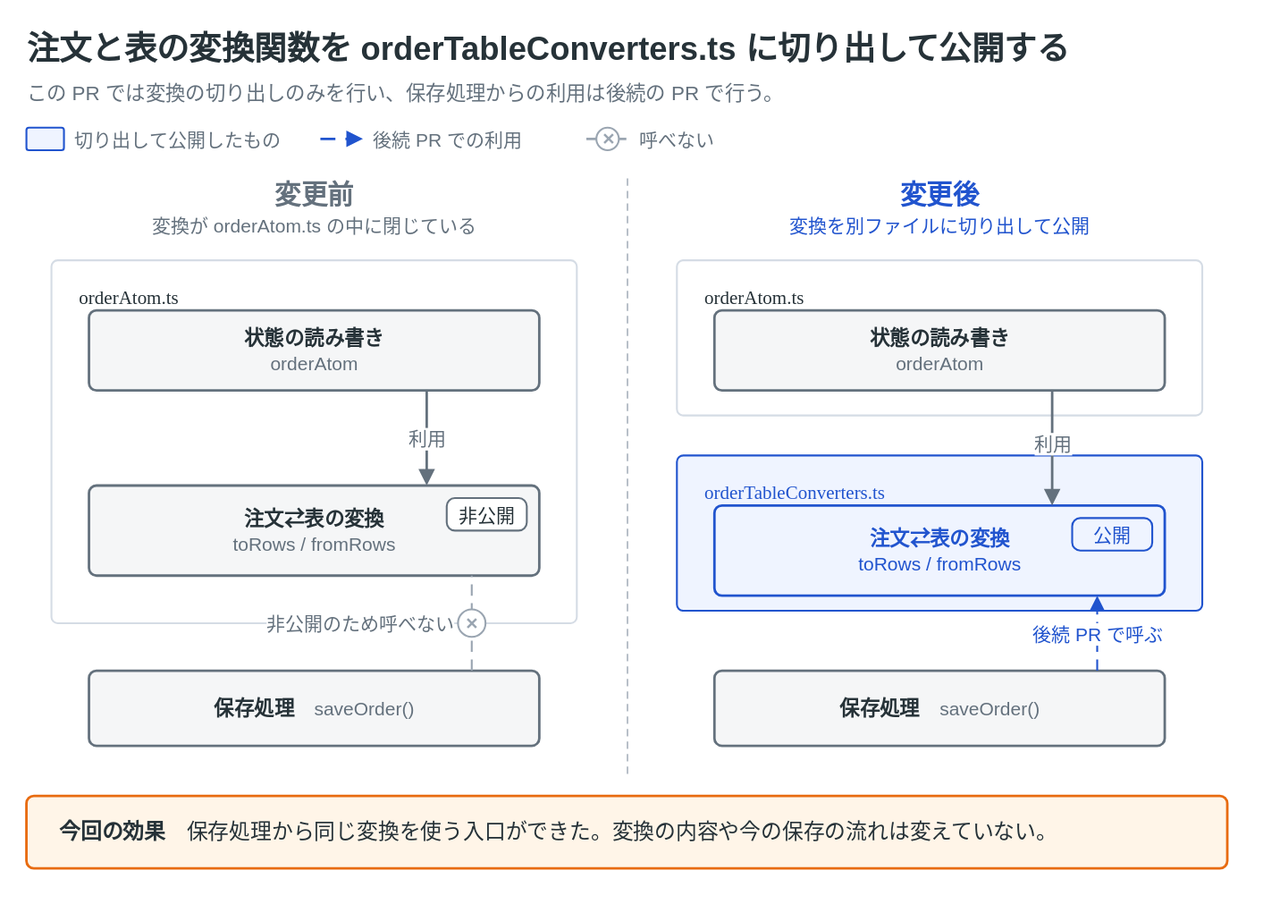
Earlier version of the draw.io export skills/explanatory-diagrams/templates/refactor-extract-module/refactor-extract-module.drawio.svg (nntto/explanatory-diagrams). Source tidied: cells renumbered, new cells last; positions are measured from the earlier drawing's top-left corner, leaving out a move shared by most shapes. The source it was exported from:
```xml
<mxGraphModel background="#ffffff">
  <root>
    <mxCell id="0" />
    <mxCell id="1" parent="0" />
    <mxCell id="2" value="注文と表の変換関数を orderTableConverters.ts に切り出して公開する" style="text;html=1;whiteSpace=wrap;fontFamily=Helvetica;fontSize=26;fontColor=#263238;align=left;verticalAlign=middle;spacing=0;fontStyle=1;" parent="1" vertex="1">
      <mxGeometry width="960" height="38" as="geometry" />
    </mxCell>
    <mxCell id="3" value="この PR では変換の切り出しのみを行い、保存処理からの利用は後続の PR で行う。" style="text;html=1;whiteSpace=wrap;fontFamily=Helvetica;fontSize=16;fontColor=#64717d;align=left;verticalAlign=middle;spacing=0;" parent="1" vertex="1">
      <mxGeometry y="42" width="960" height="24" as="geometry" />
    </mxCell>
    <mxCell id="4" style="rounded=1;absoluteArcSize=1;arcSize=4;whiteSpace=wrap;html=1;fillColor=#eff4ff;strokeColor=#2154ce;strokeWidth=1.5;fontColor=#2154ce;fontFamily=Helvetica;fontSize=17;align=center;verticalAlign=middle;spacing=10;" parent="1" vertex="1">
      <mxGeometry y="82" width="30" height="18" as="geometry" />
    </mxCell>
    <mxCell id="5" value="切り出して公開したもの" style="text;html=1;whiteSpace=wrap;fontFamily=Helvetica;fontSize=15;fontColor=#64717d;align=left;verticalAlign=middle;spacing=0;" parent="1" vertex="1">
      <mxGeometry x="38" y="80" width="169" height="22" as="geometry" />
    </mxCell>
    <mxCell id="6" style="edgeStyle=none;rounded=1;html=1;strokeColor=#2154ce;strokeWidth=2;endArrow=block;endFill=1;startArrow=none;startFill=1;endSize=8;fontFamily=Helvetica;fontSize=15;fontColor=#2154ce;labelBackgroundColor=#ffffff;dashed=1;dashPattern=6 4;" parent="1" edge="1">
      <mxGeometry relative="1" as="geometry">
        <mxPoint x="235" y="91" as="sourcePoint" />
        <mxPoint x="269" y="91" as="targetPoint" />
      </mxGeometry>
    </mxCell>
    <mxCell id="7" value="後続 PR での利用" style="text;html=1;whiteSpace=wrap;fontFamily=Helvetica;fontSize=15;fontColor=#64717d;align=left;verticalAlign=middle;spacing=0;" parent="1" vertex="1">
      <mxGeometry x="277" y="80" width="142.6" height="22" as="geometry" />
    </mxCell>
    <mxCell id="8" style="edgeStyle=none;rounded=1;html=1;strokeColor=#9aa5b1;strokeWidth=2;endArrow=none;endFill=1;startArrow=none;startFill=1;endSize=8;fontFamily=Helvetica;fontSize=15;fontColor=#9aa5b1;labelBackgroundColor=#ffffff;dashed=1;dashPattern=6 4;" parent="1" edge="1">
      <mxGeometry relative="1" as="geometry">
        <mxPoint x="447.6" y="91" as="sourcePoint" />
        <mxPoint x="481.6" y="91" as="targetPoint" />
      </mxGeometry>
    </mxCell>
    <mxCell id="9" value="✕" style="ellipse;whiteSpace=wrap;html=1;fillColor=#ffffff;strokeColor=#9aa5b1;strokeWidth=1.5;fontColor=#9aa5b1;fontStyle=1;fontFamily=Helvetica;fontSize=13;spacing=0;" parent="1" vertex="1">
      <mxGeometry x="455.6" y="82" width="18" height="18" as="geometry" />
    </mxCell>
    <mxCell id="10" value="呼べない" style="text;html=1;whiteSpace=wrap;fontFamily=Helvetica;fontSize=15;fontColor=#64717d;align=left;verticalAlign=middle;spacing=0;" parent="1" vertex="1">
      <mxGeometry x="489.6" y="80" width="64" height="22" as="geometry" />
    </mxCell>
    <mxCell id="11" value="変更前" style="text;html=1;whiteSpace=wrap;fontFamily=Helvetica;fontSize=21;fontColor=#64717d;align=center;verticalAlign=middle;spacing=0;fontStyle=1;" parent="1" vertex="1">
      <mxGeometry y="120" width="460" height="30" as="geometry" />
    </mxCell>
    <mxCell id="12" value="変換が orderAtom.ts の中に閉じている" style="text;html=1;whiteSpace=wrap;fontFamily=Helvetica;fontSize=15;fontColor=#64717d;align=center;verticalAlign=middle;spacing=0;" parent="1" vertex="1">
      <mxGeometry y="148" width="460" height="24" as="geometry" />
    </mxCell>
    <mxCell id="13" value="変更後" style="text;html=1;whiteSpace=wrap;fontFamily=Helvetica;fontSize=21;fontColor=#2154ce;align=center;verticalAlign=middle;spacing=0;fontStyle=1;" parent="1" vertex="1">
      <mxGeometry x="500" y="120" width="460" height="30" as="geometry" />
    </mxCell>
    <mxCell id="14" value="変換を別ファイルに切り出して公開" style="text;html=1;whiteSpace=wrap;fontFamily=Helvetica;fontSize=15;fontColor=#2154ce;align=center;verticalAlign=middle;spacing=0;" parent="1" vertex="1">
      <mxGeometry x="500" y="148" width="460" height="24" as="geometry" />
    </mxCell>
    <mxCell id="15" style="edgeStyle=none;rounded=1;html=1;strokeColor=#9aa5b1;strokeWidth=1;endArrow=none;endFill=1;startArrow=none;startFill=1;endSize=8;fontFamily=Helvetica;fontSize=15;fontColor=#9aa5b1;labelBackgroundColor=#ffffff;dashed=1;dashPattern=6 4;" parent="1" edge="1">
      <mxGeometry relative="1" as="geometry">
        <mxPoint x="480" y="122" as="sourcePoint" />
        <mxPoint x="480" y="602" as="targetPoint" />
      </mxGeometry>
    </mxCell>
    <mxCell id="16" value="orderAtom.ts" style="rounded=1;absoluteArcSize=1;arcSize=10;whiteSpace=wrap;html=1;fillColor=#ffffff;strokeColor=#D5DCE5;strokeWidth=1.5;fontColor=#263238;fontFamily=Helvetica;fontSize=15;align=left;verticalAlign=top;spacing=10;fontFamily=Menlo;spacingLeft=12;spacingTop=6;" parent="1" vertex="1">
      <mxGeometry x="20" y="188" width="420" height="290" as="geometry" />
    </mxCell>
    <mxCell id="17" value="&lt;b&gt;状態の読み書き&lt;/b&gt;&lt;br&gt;&lt;span style=&quot;font-size:15px;color:#64717d;&quot;&gt;orderAtom&lt;/span&gt;" style="rounded=1;absoluteArcSize=1;arcSize=12;whiteSpace=wrap;html=1;fillColor=#f5f6f7;strokeColor=#64717d;strokeWidth=2;fontColor=#263238;fontFamily=Helvetica;fontSize=16;align=center;verticalAlign=middle;spacing=10;" parent="1" vertex="1">
      <mxGeometry x="50" y="228" width="360" height="64" as="geometry" />
    </mxCell>
    <mxCell id="18" value="&lt;b&gt;注文⇄表の変換&lt;/b&gt;&lt;br&gt;&lt;span style=&quot;font-size:15px;color:#64717d;&quot;&gt;toRows / fromRows&lt;/span&gt;" style="rounded=1;absoluteArcSize=1;arcSize=12;whiteSpace=wrap;html=1;fillColor=#f5f6f7;strokeColor=#64717d;strokeWidth=2;fontColor=#263238;fontFamily=Helvetica;fontSize=16;align=center;verticalAlign=middle;spacing=10;" parent="1" vertex="1">
      <mxGeometry x="50" y="368" width="360" height="72" as="geometry" />
    </mxCell>
    <mxCell id="19" value="非公開" style="rounded=1;absoluteArcSize=1;arcSize=13;whiteSpace=wrap;html=1;fillColor=#ffffff;strokeColor=#64717d;strokeWidth=1.5;fontColor=#263238;fontFamily=Helvetica;fontSize=15;align=center;verticalAlign=middle;spacing=2;" parent="1" vertex="1">
      <mxGeometry x="336" y="378" width="64" height="26" as="geometry" />
    </mxCell>
    <mxCell id="20" value="利用" style="edgeStyle=orthogonalEdgeStyle;rounded=1;html=1;strokeColor=#64717d;strokeWidth=2;endArrow=block;endFill=1;startArrow=none;startFill=1;endSize=8;fontFamily=Helvetica;fontSize=15;fontColor=#64717d;labelBackgroundColor=#ffffff;exitX=0.75;exitY=1;exitDx=0;exitDy=0;entryX=0.75;entryY=0;entryDx=0;entryDy=0;" parent="1" edge="1" source="17" target="18">
      <mxGeometry relative="1" as="geometry" />
    </mxCell>
    <mxCell id="21" value="&lt;b&gt;保存処理&lt;/b&gt;　&lt;span style=&quot;font-size:15px;color:#64717d;&quot;&gt;saveOrder()&lt;/span&gt;" style="rounded=1;absoluteArcSize=1;arcSize=12;whiteSpace=wrap;html=1;fillColor=#f5f6f7;strokeColor=#64717d;strokeWidth=2;fontColor=#263238;fontFamily=Helvetica;fontSize=16;align=center;verticalAlign=middle;spacing=10;" parent="1" vertex="1">
      <mxGeometry x="50" y="516" width="360" height="60" as="geometry" />
    </mxCell>
    <mxCell id="22" style="edgeStyle=orthogonalEdgeStyle;rounded=1;html=1;strokeColor=#9aa5b1;strokeWidth=1.5;endArrow=none;endFill=1;startArrow=none;startFill=1;endSize=8;fontFamily=Helvetica;fontSize=15;fontColor=#9aa5b1;labelBackgroundColor=#ffffff;dashed=1;dashPattern=6 4;exitX=0.85;exitY=0;exitDx=0;exitDy=0;entryX=0.85;entryY=1;entryDx=0;entryDy=0;" parent="1" edge="1" source="21" target="18">
      <mxGeometry relative="1" as="geometry" />
    </mxCell>
    <mxCell id="23" value="✕" style="ellipse;whiteSpace=wrap;html=1;fillColor=#ffffff;strokeColor=#9aa5b1;strokeWidth=1.5;fontColor=#9aa5b1;fontStyle=1;fontFamily=Helvetica;fontSize=13;spacing=0;" parent="1" vertex="1">
      <mxGeometry x="345" y="467" width="22" height="22" as="geometry" />
    </mxCell>
    <mxCell id="24" value="非公開のため呼べない" style="text;html=1;whiteSpace=wrap;fontFamily=Helvetica;fontSize=15;fontColor=#64717d;align=right;verticalAlign=middle;spacing=0;labelBackgroundColor=#ffffff;" parent="1" vertex="1">
      <mxGeometry x="130" y="466" width="212" height="24" as="geometry" />
    </mxCell>
    <mxCell id="25" value="orderAtom.ts" style="rounded=1;absoluteArcSize=1;arcSize=10;whiteSpace=wrap;html=1;fillColor=#ffffff;strokeColor=#D5DCE5;strokeWidth=1.5;fontColor=#263238;fontFamily=Helvetica;fontSize=15;align=left;verticalAlign=top;spacing=10;fontFamily=Menlo;spacingLeft=12;spacingTop=6;" parent="1" vertex="1">
      <mxGeometry x="520" y="188" width="420" height="124" as="geometry" />
    </mxCell>
    <mxCell id="26" value="&lt;b&gt;状態の読み書き&lt;/b&gt;&lt;br&gt;&lt;span style=&quot;font-size:15px;color:#64717d;&quot;&gt;orderAtom&lt;/span&gt;" style="rounded=1;absoluteArcSize=1;arcSize=12;whiteSpace=wrap;html=1;fillColor=#f5f6f7;strokeColor=#64717d;strokeWidth=2;fontColor=#263238;fontFamily=Helvetica;fontSize=16;align=center;verticalAlign=middle;spacing=10;" parent="1" vertex="1">
      <mxGeometry x="550" y="228" width="360" height="64" as="geometry" />
    </mxCell>
    <mxCell id="27" value="orderTableConverters.ts" style="rounded=1;absoluteArcSize=1;arcSize=10;whiteSpace=wrap;html=1;fillColor=#eff4ff;strokeColor=#2154ce;strokeWidth=1.5;fontColor=#2154ce;fontFamily=Helvetica;fontSize=15;align=left;verticalAlign=top;spacing=10;fontFamily=Menlo;spacingLeft=12;spacingTop=6;" parent="1" vertex="1">
      <mxGeometry x="520" y="344" width="420" height="124" as="geometry" />
    </mxCell>
    <mxCell id="28" value="&lt;b&gt;注文⇄表の変換&lt;/b&gt;&lt;br&gt;&lt;span style=&quot;font-size:15px;color:#2154ce;&quot;&gt;toRows / fromRows&lt;/span&gt;" style="rounded=1;absoluteArcSize=1;arcSize=12;whiteSpace=wrap;html=1;fillColor=#eff4ff;strokeColor=#2154ce;strokeWidth=2;fontColor=#2154ce;fontFamily=Helvetica;fontSize=16;align=center;verticalAlign=middle;spacing=10;" parent="1" vertex="1">
      <mxGeometry x="550" y="384" width="360" height="72" as="geometry" />
    </mxCell>
    <mxCell id="29" value="公開" style="rounded=1;absoluteArcSize=1;arcSize=13;whiteSpace=wrap;html=1;fillColor=#eff4ff;strokeColor=#2154ce;strokeWidth=1.5;fontColor=#2154ce;fontFamily=Helvetica;fontSize=15;align=center;verticalAlign=middle;spacing=2;" parent="1" vertex="1">
      <mxGeometry x="836" y="394" width="64" height="26" as="geometry" />
    </mxCell>
    <mxCell id="30" value="利用" style="edgeStyle=orthogonalEdgeStyle;rounded=1;html=1;strokeColor=#64717d;strokeWidth=2;endArrow=block;endFill=1;startArrow=none;startFill=1;endSize=8;fontFamily=Helvetica;fontSize=15;fontColor=#64717d;labelBackgroundColor=#ffffff;exitX=0.75;exitY=1;exitDx=0;exitDy=0;entryX=0.75;entryY=0;entryDx=0;entryDy=0;" parent="1" edge="1" source="26" target="28">
      <mxGeometry relative="1" as="geometry">
        <mxPoint y="-4" as="offset" />
      </mxGeometry>
    </mxCell>
    <mxCell id="31" value="&lt;b&gt;保存処理&lt;/b&gt;　&lt;span style=&quot;font-size:15px;color:#64717d;&quot;&gt;saveOrder()&lt;/span&gt;" style="rounded=1;absoluteArcSize=1;arcSize=12;whiteSpace=wrap;html=1;fillColor=#f5f6f7;strokeColor=#64717d;strokeWidth=2;fontColor=#263238;fontFamily=Helvetica;fontSize=16;align=center;verticalAlign=middle;spacing=10;" parent="1" vertex="1">
      <mxGeometry x="550" y="516" width="360" height="60" as="geometry" />
    </mxCell>
    <mxCell id="32" value="後続 PR で呼ぶ" style="edgeStyle=orthogonalEdgeStyle;rounded=1;html=1;strokeColor=#2154ce;strokeWidth=1.5;endArrow=block;endFill=1;startArrow=none;startFill=1;endSize=8;fontFamily=Helvetica;fontSize=15;fontColor=#2154ce;labelBackgroundColor=#ffffff;dashed=1;dashPattern=6 4;exitX=0.85;exitY=0;exitDx=0;exitDy=0;entryX=0.85;entryY=1;entryDx=0;entryDy=0;" parent="1" edge="1" source="31" target="28">
      <mxGeometry relative="1" as="geometry" />
    </mxCell>
    <mxCell id="33" value="&lt;b&gt;今回の効果&lt;/b&gt;　保存処理から同じ変換を使う入口ができた。変換の内容や今の保存の流れは変えていない。" style="rounded=1;absoluteArcSize=1;arcSize=12;whiteSpace=wrap;html=1;fillColor=#fff5e8;strokeColor=#e86b10;strokeWidth=2;fontColor=#263238;fontFamily=Helvetica;fontSize=17;align=left;verticalAlign=middle;spacing=10;spacingLeft=16;" parent="1" vertex="1">
      <mxGeometry y="616" width="960" height="58" as="geometry" />
    </mxCell>
  </root>
</mxGraphModel>
```
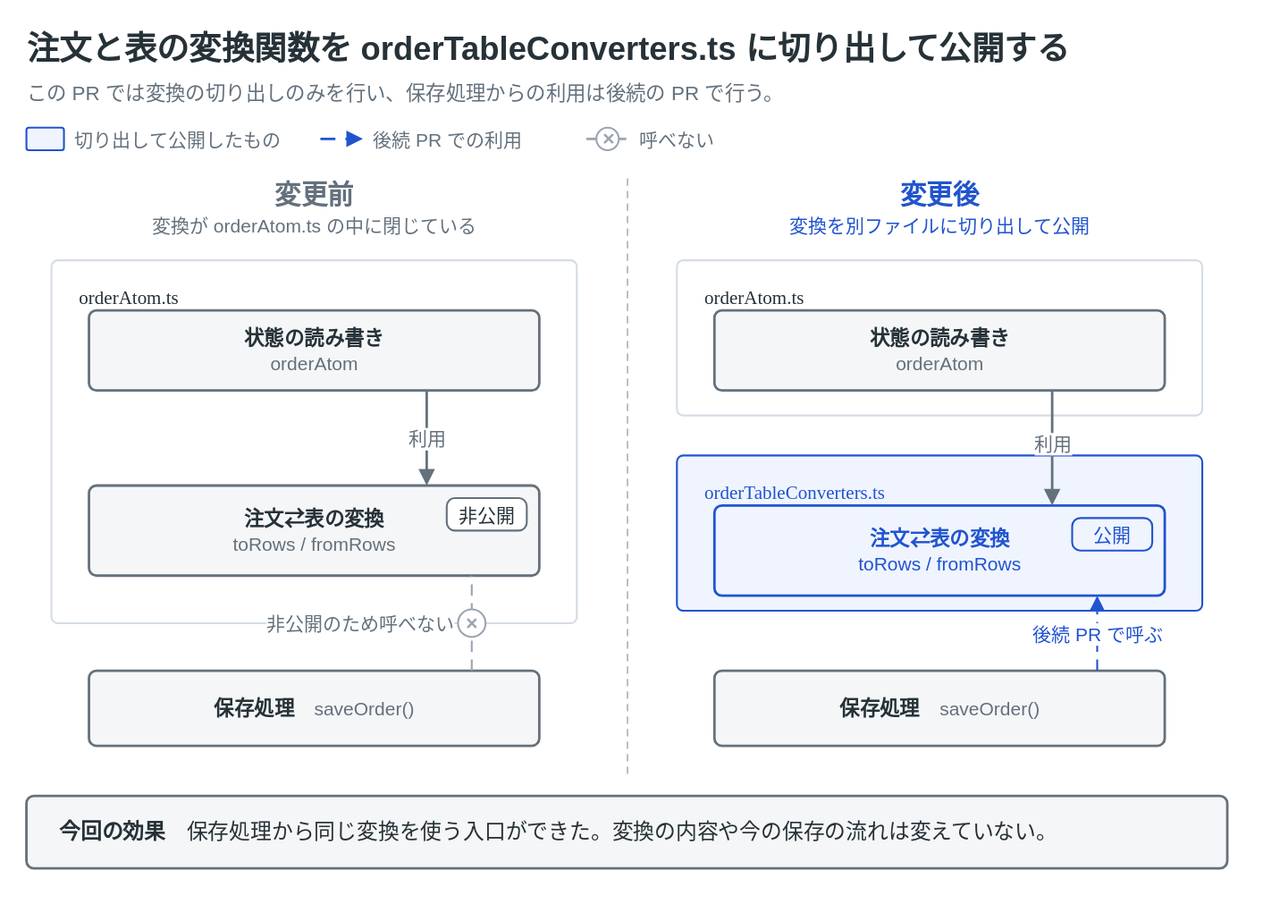
After the change.

Commit message:
見本 3 枚の「今回の効果」の枠を、橙から基調の色にする

Change to the diagram source:
```diff
@@ -106,7 +106,7 @@
     <mxCell id="32" value="後続 PR で呼ぶ" style="edgeStyle=orthogonalEdgeStyle;rounded=1;html=1;strokeColor=#2154ce;strokeWidth=1.5;endArrow=block;endFill=1;startArrow=none;startFill=1;endSize=8;fontFamily=Helvetica;fontSize=15;fontColor=#2154ce;labelBackgroundColor=#ffffff;dashed=1;dashPattern=6 4;exitX=0.85;exitY=0;exitDx=0;exitDy=0;entryX=0.85;entryY=1;entryDx=0;entryDy=0;" parent="1" edge="1" source="31" target="28">
       <mxGeometry relative="1" as="geometry" />
     </mxCell>
-    <mxCell id="33" value="&lt;b&gt;今回の効果&lt;/b&gt;　保存処理から同じ変換を使う入口ができた。変換の内容や今の保存の流れは変えていない。" style="rounded=1;absoluteArcSize=1;arcSize=12;whiteSpace=wrap;html=1;fillColor=#fff5e8;strokeColor=#e86b10;strokeWidth=2;fontColor=#263238;fontFamily=Helvetica;fontSize=17;align=left;verticalAlign=middle;spacing=10;spacingLeft=16;" parent="1" vertex="1">
+    <mxCell id="33" value="&lt;b&gt;今回の効果&lt;/b&gt;　保存処理から同じ変換を使う入口ができた。変換の内容や今の保存の流れは変えていない。" style="rounded=1;absoluteArcSize=1;arcSize=12;whiteSpace=wrap;html=1;fillColor=#f5f6f7;strokeColor=#64717d;strokeWidth=2;fontColor=#263238;fontFamily=Helvetica;fontSize=17;align=left;verticalAlign=middle;spacing=10;spacingLeft=16;" parent="1" vertex="1">
       <mxGeometry y="616" width="960" height="58" as="geometry" />
     </mxCell>
   </root>
```
